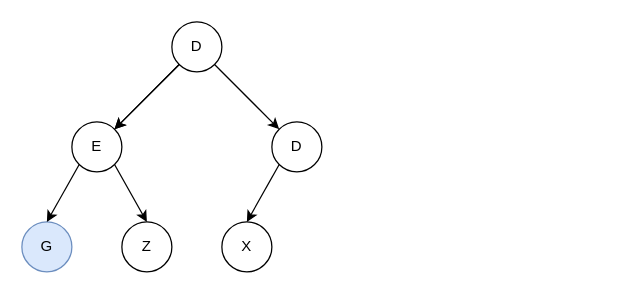
yxlin118/personal-website keeps this draw.io diagram as page "delete3" (8 of 8) of Untitled Diagram.drawio. Above is the earlier version. Source tidied: cells renumbered, new cells numbered last; positions are measured from the earlier drawing's top-left corner, leaving out a move shared by most shapes. Both pictures are drawn from the tidied source at 125%, with x=0, y=0 at pixel (21, 21).
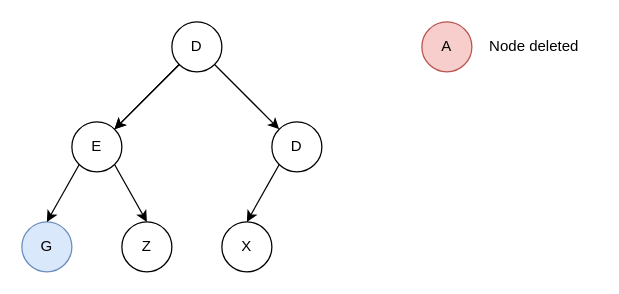
The same page after the edit.

What changed in the source:
```diff
@@
 <mxGraphModel>
   <root>
     <mxCell id="0" />
     <mxCell id="1" parent="0" />
     <mxCell id="2" value="D" style="ellipse;whiteSpace=wrap;html=1;" parent="1" vertex="1">
       <mxGeometry x="120" width="40" height="40" as="geometry" />
     </mxCell>
     <mxCell id="3" value="E" style="ellipse;whiteSpace=wrap;html=1;" parent="1" vertex="1">
       <mxGeometry x="40" y="80" width="40" height="40" as="geometry" />
     </mxCell>
     <mxCell id="4" value="D" style="ellipse;whiteSpace=wrap;html=1;" parent="1" vertex="1">
       <mxGeometry x="200" y="80" width="40" height="40" as="geometry" />
     </mxCell>
     <mxCell id="5" value="G" style="ellipse;whiteSpace=wrap;html=1;fillColor=#dae8fc;strokeColor=#6c8ebf;" parent="1" vertex="1">
       <mxGeometry y="160" width="40" height="40" as="geometry" />
     </mxCell>
     <mxCell id="6" value="Z" style="ellipse;whiteSpace=wrap;html=1;" parent="1" vertex="1">
       <mxGeometry x="80" y="160" width="40" height="40" as="geometry" />
     </mxCell>
     <mxCell id="7" value="X" style="ellipse;whiteSpace=wrap;html=1;" parent="1" vertex="1">
       <mxGeometry x="160" y="160" width="40" height="40" as="geometry" />
     </mxCell>
     <mxCell id="8" style="endArrow=classic;html=1;exitX=0;exitY=1;exitDx=0;exitDy=0;entryX=1;entryY=0;entryDx=0;entryDy=0;" parent="1" edge="1" source="2" target="3">
       <mxGeometry relative="1" as="geometry" />
     </mxCell>
     <mxCell id="9" style="endArrow=classic;html=1;exitX=1;exitY=1;exitDx=0;exitDy=0;" parent="1" edge="1" source="2" target="4">
       <mxGeometry relative="1" as="geometry" />
     </mxCell>
     <mxCell id="10" style="endArrow=classic;html=1;exitX=0;exitY=1;exitDx=0;exitDy=0;entryX=1;entryY=0;entryDx=0;entryDy=0;" parent="1" edge="1">
       <mxGeometry relative="1" as="geometry">
         <mxPoint x="125.9" y="34.1" as="sourcePoint" />
         <mxPoint x="74.1" y="85.9" as="targetPoint" />
       </mxGeometry>
     </mxCell>
     <mxCell id="11" style="endArrow=classic;html=1;exitX=0;exitY=1;exitDx=0;exitDy=0;entryX=0.5;entryY=0;entryDx=0;entryDy=0;" parent="1" edge="1" source="3" target="5">
       <mxGeometry relative="1" as="geometry" />
     </mxCell>
     <mxCell id="12" style="endArrow=classic;html=1;exitX=1;exitY=1;exitDx=0;exitDy=0;entryX=0.5;entryY=0;entryDx=0;entryDy=0;" parent="1" edge="1" source="3" target="6">
       <mxGeometry relative="1" as="geometry" />
     </mxCell>
     <mxCell id="13" style="endArrow=classic;html=1;exitX=0;exitY=1;exitDx=0;exitDy=0;entryX=0.5;entryY=0;entryDx=0;entryDy=0;" parent="1" edge="1" source="4" target="7">
       <mxGeometry relative="1" as="geometry" />
     </mxCell>
+    <mxCell id="14" value="Node deleted" style="text;html=1;strokeColor=none;fillColor=none;align=center;verticalAlign=middle;whiteSpace=wrap;rounded=0;" parent="1" vertex="1">
+      <mxGeometry x="360" y="10" width="100" height="20" as="geometry" />
+    </mxCell>
+    <mxCell id="15" value="A" style="ellipse;whiteSpace=wrap;html=1;fillColor=#f8cecc;strokeColor=#b85450;" parent="1" vertex="1">
+      <mxGeometry x="320" width="40" height="40" as="geometry" />
+    </mxCell>
   </root>
 </mxGraphModel>
```
